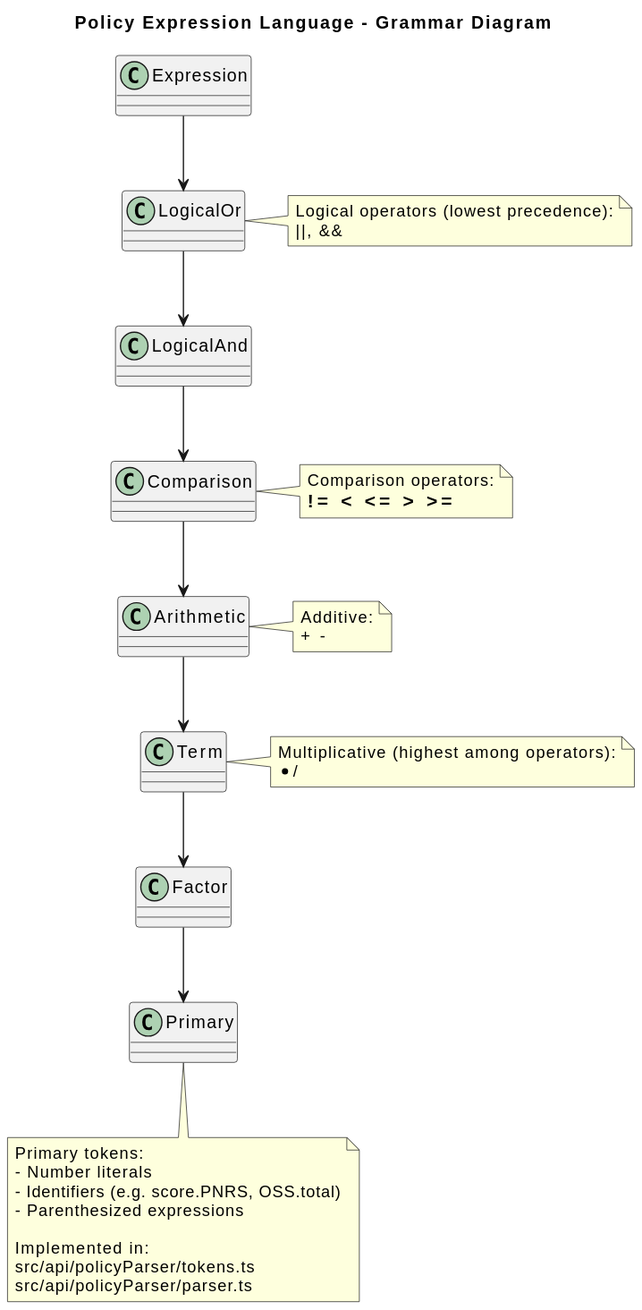
The PlantUML diagram docs/diagrams/policy-grammar-model.svg in gforge/DUK, before a commit. Its diagram source:
```plantuml
@startuml

title Policy Expression Language - Grammar Diagram

class "Expression" as Expression
class "LogicalOr" as LogicalOr
class "LogicalAnd" as LogicalAnd
class "Comparison" as Comparison
class "Arithmetic" as Arithmetic
class "Term" as Term
class "Factor" as Factor
class "Primary" as Primary

Expression --> LogicalOr
LogicalOr --> LogicalAnd
LogicalAnd --> Comparison
Comparison --> Arithmetic
Arithmetic --> Term
Term --> Factor
Factor --> Primary

note right of LogicalOr
  Logical operators (lowest precedence):
  ||, &&
end note

note right of Comparison
  Comparison operators:
  == != < <= > >=
end note

note right of Arithmetic
  Additive:
  + -
end note

note right of Term
  Multiplicative (highest among operators):
  * /
end note

note bottom of Primary
  Primary tokens:
  - Number literals
  - Identifiers (e.g. score.PNRS, OSS.total)
  - Parenthesized expressions

  Implemented in:
  src/api/policyParser/tokens.ts
  src/api/policyParser/parser.ts
end note
@enduml
```
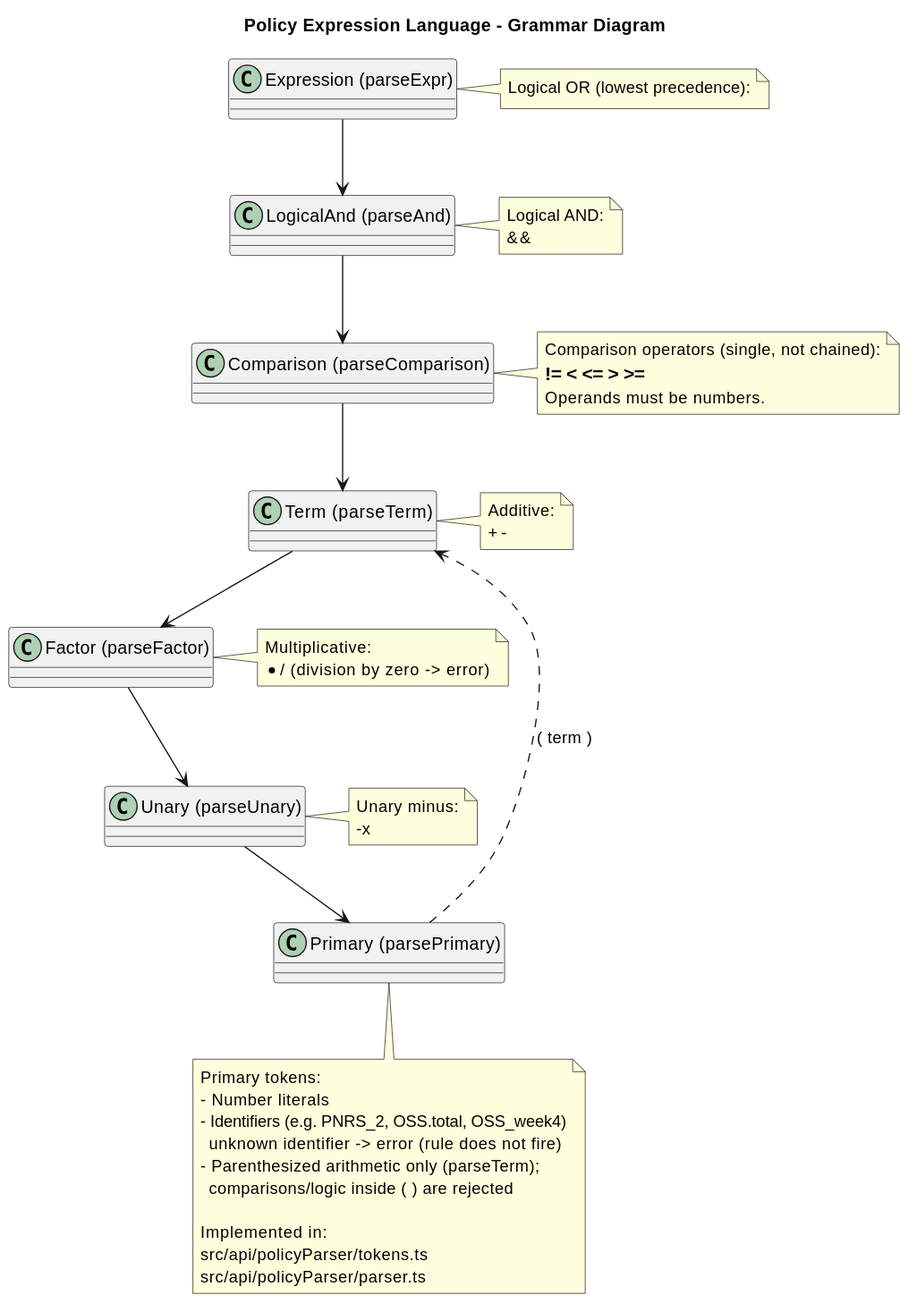
After the change.

The edit, as a diff of the source:
```diff
@@ -2,48 +2,60 @@
 
 title Policy Expression Language - Grammar Diagram
 
-class "Expression" as Expression
-class "LogicalOr" as LogicalOr
-class "LogicalAnd" as LogicalAnd
-class "Comparison" as Comparison
-class "Arithmetic" as Arithmetic
-class "Term" as Term
-class "Factor" as Factor
-class "Primary" as Primary
+class "Expression (parseExpr)" as Expression
+class "LogicalAnd (parseAnd)" as LogicalAnd
+class "Comparison (parseComparison)" as Comparison
+class "Term (parseTerm)" as Term
+class "Factor (parseFactor)" as Factor
+class "Unary (parseUnary)" as Unary
+class "Primary (parsePrimary)" as Primary
 
-Expression --> LogicalOr
-LogicalOr --> LogicalAnd
+Expression --> LogicalAnd
 LogicalAnd --> Comparison
-Comparison --> Arithmetic
-Arithmetic --> Term
+Comparison --> Term
 Term --> Factor
-Factor --> Primary
+Factor --> Unary
+Unary --> Primary
+Primary ..> Term : "( term )"
 
-note right of LogicalOr
-  Logical operators (lowest precedence):
-  ||, &&
+note right of Expression
+  Logical OR (lowest precedence):
+  ||
+end note
+
+note right of LogicalAnd
+  Logical AND:
+  &&
 end note
 
 note right of Comparison
-  Comparison operators:
+  Comparison operators (single, not chained):
   == != < <= > >=
+  Operands must be numbers.
 end note
 
-note right of Arithmetic
+note right of Term
   Additive:
   + -
 end note
 
-note right of Term
-  Multiplicative (highest among operators):
-  * /
+note right of Factor
+  Multiplicative:
+  * /   (division by zero -> error)
+end note
+
+note right of Unary
+  Unary minus:
+  -x
 end note
 
 note bottom of Primary
   Primary tokens:
   - Number literals
-  - Identifiers (e.g. score.PNRS, OSS.total)
-  - Parenthesized expressions
+  - Identifiers (e.g. PNRS_2, OSS.total, OSS_week4)
+    unknown identifier -> error (rule does not fire)
+  - Parenthesized arithmetic only (parseTerm);
+    comparisons/logic inside ( ) are rejected
 
   Implemented in:
   src/api/policyParser/tokens.ts
```
